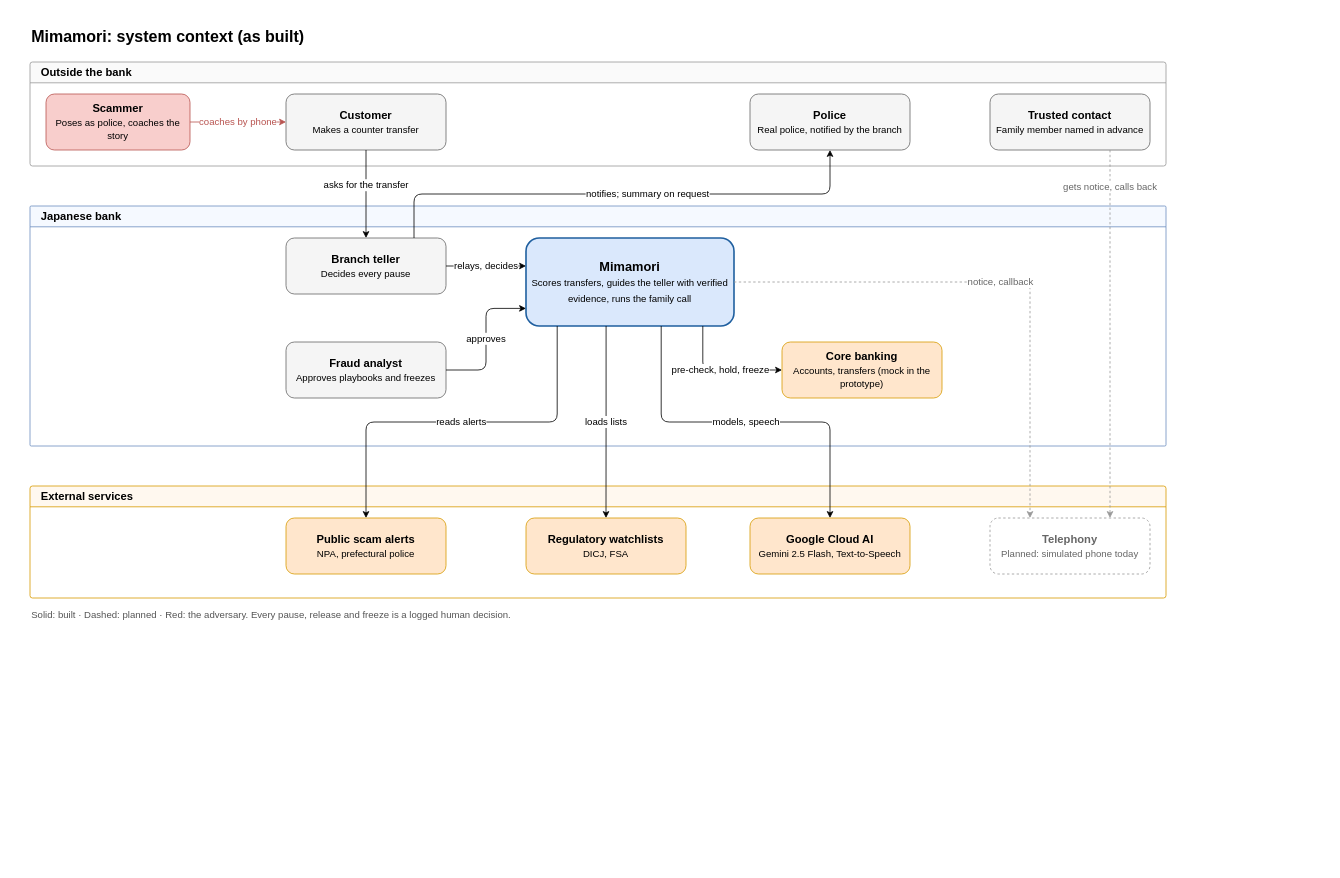
tanmaydarmorha/mimamori keeps this draw.io diagram as docs/architecture/diagrams/src/c4-context.drawio. Above is the earlier version. Source tidied: cells renumbered, new cells numbered last; positions are measured from the earlier drawing's top-left corner, leaving out a move shared by most shapes. Both pictures are drawn from the tidied source at 80%, with x=0, y=0 at pixel (30, 22).
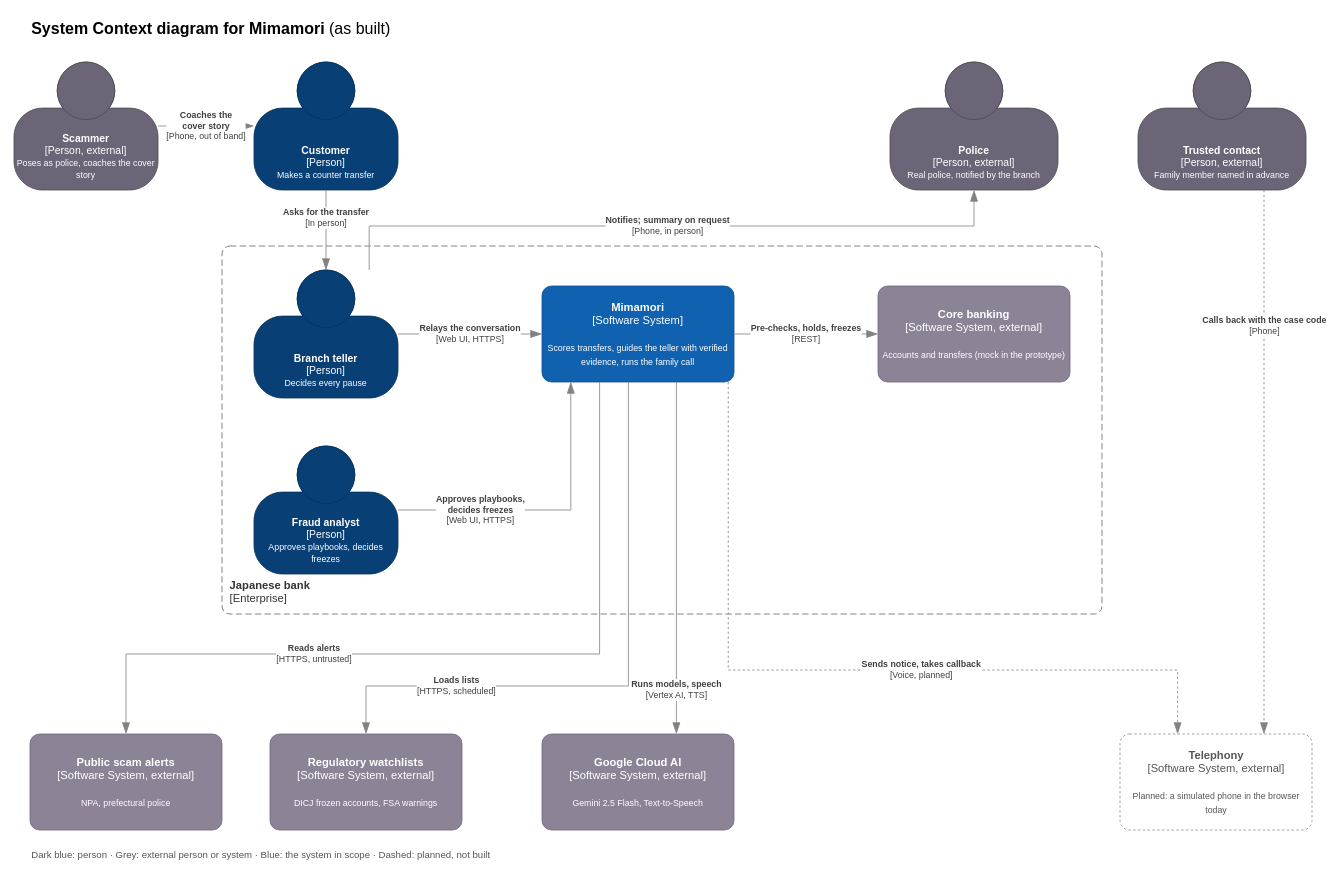
Above is the later version.

Commit message (it also covers changes not shown here):
docs(architecture): system context in C4 notation

People (customer, teller, analyst) and external people (scammer, police,
trusted contact) are C4 Person shapes; Mimamori is the Software System in
scope and the rest are external Software Systems, each with its type tag.
The bank is an Enterprise boundary, and every relationship has a verb and
its technology.

What changed in the source:
```diff
@@
-    <mxCell id="2" value="Mimamori: system context (as built)" style="text;html=1;fontSize=20;fontStyle=1;align=left;verticalAlign=middle;" parent="1" vertex="1">
-      <mxGeometry width="700" height="36" as="geometry" />
+    <mxCell id="2" value="&lt;b&gt;System Context diagram for Mimamori&lt;/b&gt; (as built)" style="text;html=1;fontSize=20;align=left;verticalAlign=middle;" parent="1" vertex="1">
+      <mxGeometry y="-10" width="800" height="36" as="geometry" />
     </mxCell>
-    <mxCell id="3" value="Outside the bank" style="swimlane;startSize=26;html=1;align=left;spacingLeft=12;fillColor=#fafafa;strokeColor=#999999;fontSize=14;fontStyle=1;rounded=1;arcSize=4;" parent="1" vertex="1">
-      <mxGeometry y="50" width="1420" height="130" as="geometry" />
-    </mxCell>
-    <mxCell id="4" value="Japanese bank" style="swimlane;startSize=26;html=1;align=left;spacingLeft=12;fillColor=#f5f9ff;strokeColor=#6c8ebf;fontSize=14;fontStyle=1;rounded=1;arcSize=2;" parent="1" vertex="1">
-      <mxGeometry y="230" width="1420" height="300" as="geometry" />
-    </mxCell>
-    <mxCell id="5" value="External services" style="swimlane;startSize=26;html=1;align=left;spacingLeft=12;fillColor=#fff8ef;strokeColor=#d79b00;fontSize=14;fontStyle=1;rounded=1;arcSize=4;" parent="1" vertex="1">
-      <mxGeometry y="580" width="1420" height="140" as="geometry" />
-    </mxCell>
+    <mxCell id="30" value="&lt;b&gt;Japanese bank&lt;/b&gt;&lt;br&gt;[Enterprise]" style="rounded=1;fontSize=14;whiteSpace=wrap;html=1;dashed=1;arcSize=20;fillColor=none;strokeColor=#666666;fontColor=#333333;labelBackgroundColor=none;align=left;verticalAlign=bottom;spacing=10;dashPattern=8 4;absoluteArcSize=1;" parent="1" vertex="1">
+      <mxGeometry x="240" y="280" width="1100" height="460" as="geometry" />
+    </mxCell>
-    <mxCell id="6" value="&lt;b&gt;Scammer&lt;/b&gt;&lt;br&gt;&lt;font style=&quot;font-size:12px&quot;&gt;Poses as police, coaches the story&lt;/font&gt;" style="rounded=1;whiteSpace=wrap;html=1;fillColor=#f8cecc;strokeColor=#b85450;fontSize=14;" parent="1" vertex="1">
-      <mxGeometry x="20" y="90" width="180" height="70" as="geometry" />
+    <mxCell id="6" value="&lt;b&gt;Scammer&lt;/b&gt;&lt;br&gt;[Person, external]&lt;br&gt;&lt;font style=&quot;font-size:11px&quot;&gt;Poses as police, coaches the cover story&lt;/font&gt;" style="html=1;fontSize=13;dashed=0;whiteSpace=wrap;fillColor=#6C6477;strokeColor=#4D4D4D;fontColor=#ffffff;shape=mxgraph.c4.person2;align=center;verticalAlign=bottom;spacingBottom=8;" parent="1" vertex="1">
+      <mxGeometry x="-20" y="50" width="180" height="160" as="geometry" />
     </mxCell>
-    <mxCell id="7" value="&lt;b&gt;Customer&lt;/b&gt;&lt;br&gt;&lt;font style=&quot;font-size:12px&quot;&gt;Makes a counter transfer&lt;/font&gt;" style="rounded=1;whiteSpace=wrap;html=1;fillColor=#f5f5f5;strokeColor=#666666;fontSize=14;" parent="1" vertex="1">
-      <mxGeometry x="320" y="90" width="200" height="70" as="geometry" />
+    <mxCell id="7" value="&lt;b&gt;Customer&lt;/b&gt;&lt;br&gt;[Person]&lt;br&gt;&lt;font style=&quot;font-size:11px&quot;&gt;Makes a counter transfer&lt;/font&gt;" style="html=1;fontSize=13;dashed=0;whiteSpace=wrap;fillColor=#083F75;strokeColor=#06315C;fontColor=#ffffff;shape=mxgraph.c4.person2;align=center;verticalAlign=bottom;spacingBottom=8;" parent="1" vertex="1">
+      <mxGeometry x="280" y="50" width="180" height="160" as="geometry" />
     </mxCell>
-    <mxCell id="8" value="&lt;b&gt;Police&lt;/b&gt;&lt;br&gt;&lt;font style=&quot;font-size:12px&quot;&gt;Real police, notified by the branch&lt;/font&gt;" style="rounded=1;whiteSpace=wrap;html=1;fillColor=#f5f5f5;strokeColor=#666666;fontSize=14;" parent="1" vertex="1">
-      <mxGeometry x="900" y="90" width="200" height="70" as="geometry" />
+    <mxCell id="8" value="&lt;b&gt;Police&lt;/b&gt;&lt;br&gt;[Person, external]&lt;br&gt;&lt;font style=&quot;font-size:11px&quot;&gt;Real police, notified by the branch&lt;/font&gt;" style="html=1;fontSize=13;dashed=0;whiteSpace=wrap;fillColor=#6C6477;strokeColor=#4D4D4D;fontColor=#ffffff;shape=mxgraph.c4.person2;align=center;verticalAlign=bottom;spacingBottom=8;" parent="1" vertex="1">
+      <mxGeometry x="1075" y="50" width="210" height="160" as="geometry" />
     </mxCell>
-    <mxCell id="9" value="&lt;b&gt;Trusted contact&lt;/b&gt;&lt;br&gt;&lt;font style=&quot;font-size:12px&quot;&gt;Family member named in advance&lt;/font&gt;" style="rounded=1;whiteSpace=wrap;html=1;fillColor=#f5f5f5;strokeColor=#666666;fontSize=14;" parent="1" vertex="1">
-      <mxGeometry x="1200" y="90" width="200" height="70" as="geometry" />
+    <mxCell id="9" value="&lt;b&gt;Trusted contact&lt;/b&gt;&lt;br&gt;[Person, external]&lt;br&gt;&lt;font style=&quot;font-size:11px&quot;&gt;Family member named in advance&lt;/font&gt;" style="html=1;fontSize=13;dashed=0;whiteSpace=wrap;fillColor=#6C6477;strokeColor=#4D4D4D;fontColor=#ffffff;shape=mxgraph.c4.person2;align=center;verticalAlign=bottom;spacingBottom=8;" parent="1" vertex="1">
+      <mxGeometry x="1385" y="50" width="210" height="160" as="geometry" />
     </mxCell>
-    <mxCell id="10" value="&lt;b&gt;Branch teller&lt;/b&gt;&lt;br&gt;&lt;font style=&quot;font-size:12px&quot;&gt;Decides every pause&lt;/font&gt;" style="rounded=1;whiteSpace=wrap;html=1;fillColor=#f5f5f5;strokeColor=#666666;fontSize=14;" parent="1" vertex="1">
-      <mxGeometry x="320" y="270" width="200" height="70" as="geometry" />
+    <mxCell id="10" value="&lt;b&gt;Branch teller&lt;/b&gt;&lt;br&gt;[Person]&lt;br&gt;&lt;font style=&quot;font-size:11px&quot;&gt;Decides every pause&lt;/font&gt;" style="html=1;fontSize=13;dashed=0;whiteSpace=wrap;fillColor=#083F75;strokeColor=#06315C;fontColor=#ffffff;shape=mxgraph.c4.person2;align=center;verticalAlign=bottom;spacingBottom=8;" parent="1" vertex="1">
+      <mxGeometry x="280" y="310" width="180" height="160" as="geometry" />
     </mxCell>
-    <mxCell id="11" value="&lt;b&gt;Fraud analyst&lt;/b&gt;&lt;br&gt;&lt;font style=&quot;font-size:12px&quot;&gt;Approves playbooks and freezes&lt;/font&gt;" style="rounded=1;whiteSpace=wrap;html=1;fillColor=#f5f5f5;strokeColor=#666666;fontSize=14;" parent="1" vertex="1">
-      <mxGeometry x="320" y="400" width="200" height="70" as="geometry" />
+    <mxCell id="11" value="&lt;b&gt;Fraud analyst&lt;/b&gt;&lt;br&gt;[Person]&lt;br&gt;&lt;font style=&quot;font-size:11px&quot;&gt;Approves playbooks, decides freezes&lt;/font&gt;" style="html=1;fontSize=13;dashed=0;whiteSpace=wrap;fillColor=#083F75;strokeColor=#06315C;fontColor=#ffffff;shape=mxgraph.c4.person2;align=center;verticalAlign=bottom;spacingBottom=8;" parent="1" vertex="1">
+      <mxGeometry x="280" y="530" width="180" height="160" as="geometry" />
     </mxCell>
-    <mxCell id="12" value="&lt;b&gt;Mimamori&lt;/b&gt;&lt;br&gt;&lt;font style=&quot;font-size:12px&quot;&gt;Scores transfers, guides the teller with verified evidence, runs the family call&lt;/font&gt;" style="rounded=1;whiteSpace=wrap;html=1;fillColor=#dae8fc;strokeColor=#1f5f9f;strokeWidth=2;fontSize=16;" parent="1" vertex="1">
-      <mxGeometry x="620" y="270" width="260" height="110" as="geometry" />
+    <mxCell id="12" value="&lt;b&gt;Mimamori&lt;/b&gt;&lt;br&gt;[Software System]&lt;br&gt;&lt;br&gt;&lt;font style=&quot;font-size:11px&quot;&gt;Scores transfers, guides the teller with verified evidence, runs the family call&lt;/font&gt;" style="rounded=1;whiteSpace=wrap;html=1;fontSize=14;fillColor=#1061B0;strokeColor=#0D5091;fontColor=#ffffff;arcSize=10;" parent="1" vertex="1">
+      <mxGeometry x="640" y="330" width="240" height="120" as="geometry" />
     </mxCell>
-    <mxCell id="13" value="&lt;b&gt;Core banking&lt;/b&gt;&lt;br&gt;&lt;font style=&quot;font-size:12px&quot;&gt;Accounts, transfers (mock in the prototype)&lt;/font&gt;" style="rounded=1;whiteSpace=wrap;html=1;fillColor=#ffe6cc;strokeColor=#d79b00;fontSize=14;" parent="1" vertex="1">
-      <mxGeometry x="940" y="400" width="200" height="70" as="geometry" />
+    <mxCell id="13" value="&lt;b&gt;Core banking&lt;/b&gt;&lt;br&gt;[Software System, external]&lt;br&gt;&lt;br&gt;&lt;font style=&quot;font-size:11px&quot;&gt;Accounts and transfers (mock in the prototype)&lt;/font&gt;" style="rounded=1;whiteSpace=wrap;html=1;fontSize=14;fillColor=#8C8496;strokeColor=#736782;fontColor=#ffffff;arcSize=10;" parent="1" vertex="1">
+      <mxGeometry x="1060" y="330" width="240" height="120" as="geometry" />
     </mxCell>
-    <mxCell id="14" value="&lt;b&gt;Public scam alerts&lt;/b&gt;&lt;br&gt;&lt;font style=&quot;font-size:12px&quot;&gt;NPA, prefectural police&lt;/font&gt;" style="rounded=1;whiteSpace=wrap;html=1;fillColor=#ffe6cc;strokeColor=#d79b00;fontSize=14;" parent="1" vertex="1">
-      <mxGeometry x="320" y="620" width="200" height="70" as="geometry" />
+    <mxCell id="14" value="&lt;b&gt;Public scam alerts&lt;/b&gt;&lt;br&gt;[Software System, external]&lt;br&gt;&lt;br&gt;&lt;font style=&quot;font-size:11px&quot;&gt;NPA, prefectural police&lt;/font&gt;" style="rounded=1;whiteSpace=wrap;html=1;fontSize=14;fillColor=#8C8496;strokeColor=#736782;fontColor=#ffffff;arcSize=10;" parent="1" vertex="1">
+      <mxGeometry y="890" width="240" height="120" as="geometry" />
     </mxCell>
-    <mxCell id="15" value="&lt;b&gt;Regulatory watchlists&lt;/b&gt;&lt;br&gt;&lt;font style=&quot;font-size:12px&quot;&gt;DICJ, FSA&lt;/font&gt;" style="rounded=1;whiteSpace=wrap;html=1;fillColor=#ffe6cc;strokeColor=#d79b00;fontSize=14;" parent="1" vertex="1">
-      <mxGeometry x="620" y="620" width="200" height="70" as="geometry" />
+    <mxCell id="15" value="&lt;b&gt;Regulatory watchlists&lt;/b&gt;&lt;br&gt;[Software System, external]&lt;br&gt;&lt;br&gt;&lt;font style=&quot;font-size:11px&quot;&gt;DICJ frozen accounts, FSA warnings&lt;/font&gt;" style="rounded=1;whiteSpace=wrap;html=1;fontSize=14;fillColor=#8C8496;strokeColor=#736782;fontColor=#ffffff;arcSize=10;" parent="1" vertex="1">
+      <mxGeometry x="300" y="890" width="240" height="120" as="geometry" />
     </mxCell>
-    <mxCell id="16" value="&lt;b&gt;Google Cloud AI&lt;/b&gt;&lt;br&gt;&lt;font style=&quot;font-size:12px&quot;&gt;Gemini 2.5 Flash, Text-to-Speech&lt;/font&gt;" style="rounded=1;whiteSpace=wrap;html=1;fillColor=#ffe6cc;strokeColor=#d79b00;fontSize=14;" parent="1" vertex="1">
-      <mxGeometry x="900" y="620" width="200" height="70" as="geometry" />
+    <mxCell id="16" value="&lt;b&gt;Google Cloud AI&lt;/b&gt;&lt;br&gt;[Software System, external]&lt;br&gt;&lt;br&gt;&lt;font style=&quot;font-size:11px&quot;&gt;Gemini 2.5 Flash, Text-to-Speech&lt;/font&gt;" style="rounded=1;whiteSpace=wrap;html=1;fontSize=14;fillColor=#8C8496;strokeColor=#736782;fontColor=#ffffff;arcSize=10;" parent="1" vertex="1">
+      <mxGeometry x="640" y="890" width="240" height="120" as="geometry" />
     </mxCell>
-    <mxCell id="17" value="&lt;b&gt;Telephony&lt;/b&gt;&lt;br&gt;&lt;font style=&quot;font-size:12px&quot;&gt;Planned: simulated phone today&lt;/font&gt;" style="rounded=1;whiteSpace=wrap;html=1;dashed=1;fillColor=#ffffff;strokeColor=#999999;fontColor=#666666;fontSize=14;" parent="1" vertex="1">
-      <mxGeometry x="1200" y="620" width="200" height="70" as="geometry" />
+    <mxCell id="17" value="&lt;b&gt;Telephony&lt;/b&gt;&lt;br&gt;[Software System, external]&lt;br&gt;&lt;br&gt;&lt;font style=&quot;font-size:11px&quot;&gt;Planned: a simulated phone in the browser today&lt;/font&gt;" style="rounded=1;whiteSpace=wrap;html=1;fontSize=14;dashed=1;fillColor=#ffffff;strokeColor=#8C8496;fontColor=#555555;arcSize=10;" parent="1" vertex="1">
+      <mxGeometry x="1362.5" y="890" width="240" height="120" as="geometry" />
     </mxCell>
-    <mxCell id="18" value="Solid: built · Dashed: planned · Red: the adversary. Every pause, release and freeze is a logged human decision." style="text;html=1;fontSize=12;align=left;verticalAlign=middle;fontColor=#555555;" parent="1" vertex="1">
-      <mxGeometry y="730" width="1100" height="24" as="geometry" />
+    <mxCell id="18" value="Dark blue: person · Grey: external person or system · Blue: the system in scope · Dashed: planned, not built" style="text;html=1;fontSize=12;align=left;verticalAlign=middle;fontColor=#555555;" parent="1" vertex="1">
+      <mxGeometry y="1030" width="1000" height="24" as="geometry" />
     </mxCell>
-    <mxCell id="19" value="coaches by phone" style="edgeStyle=orthogonalEdgeStyle;rounded=1;html=1;fontSize=12;strokeColor=#b85450;fontColor=#b85450;" parent="1" edge="1" source="6" target="7">
+    <mxCell id="19" value="&lt;b&gt;Coaches the&lt;br&gt;cover story&lt;/b&gt;&lt;br&gt;[Phone, out of band]" style="html=1;fontSize=11;fontColor=#404040;endArrow=blockThin;endFill=1;endSize=12;strokeColor=#828282;edgeStyle=orthogonalEdgeStyle;rounded=0;labelBackgroundColor=#ffffff;" parent="1" edge="1" source="6" target="7">
       <mxGeometry relative="1" as="geometry" />
     </mxCell>
-    <mxCell id="20" value="asks for the transfer" style="edgeStyle=orthogonalEdgeStyle;rounded=1;html=1;fontSize=12;" parent="1" edge="1" source="7" target="10">
-      <mxGeometry x="-0.2" relative="1" as="geometry" />
+    <mxCell id="20" value="&lt;b&gt;Asks for the transfer&lt;/b&gt;&lt;br&gt;[In person]" style="html=1;fontSize=11;fontColor=#404040;endArrow=blockThin;endFill=1;endSize=12;strokeColor=#828282;edgeStyle=orthogonalEdgeStyle;rounded=0;labelBackgroundColor=#ffffff;" parent="1" edge="1" source="7" target="10">
+      <mxGeometry x="-0.3" relative="1" as="geometry" />
     </mxCell>
-    <mxCell id="21" value="relays, decides" style="edgeStyle=orthogonalEdgeStyle;rounded=1;html=1;fontSize=12;exitX=1;exitY=0.5;exitDx=0;exitDy=0;entryX=0;entryY=0.318;entryDx=0;entryDy=0;" parent="1" edge="1" source="10" target="12">
+    <mxCell id="21" value="&lt;b&gt;Relays the conversation&lt;/b&gt;&lt;br&gt;[Web UI, HTTPS]" style="html=1;fontSize=11;fontColor=#404040;endArrow=blockThin;endFill=1;endSize=12;strokeColor=#828282;edgeStyle=orthogonalEdgeStyle;rounded=0;labelBackgroundColor=#ffffff;exitX=1;exitY=0.5;exitDx=0;exitDy=0;entryX=0;entryY=0.5;entryDx=0;entryDy=0;" parent="1" edge="1" source="10" target="12">
       <mxGeometry relative="1" as="geometry" />
     </mxCell>
-    <mxCell id="22" value="approves" style="edgeStyle=orthogonalEdgeStyle;rounded=1;html=1;fontSize=12;exitX=1;exitY=0.5;exitDx=0;exitDy=0;entryX=0;entryY=0.8;entryDx=0;entryDy=0;" parent="1" edge="1" source="11" target="12">
-      <mxGeometry relative="1" as="geometry" />
+    <mxCell id="22" value="&lt;b&gt;Approves playbooks,&lt;br&gt;decides freezes&lt;/b&gt;&lt;br&gt;[Web UI, HTTPS]" style="html=1;fontSize=11;fontColor=#404040;endArrow=blockThin;endFill=1;endSize=12;strokeColor=#828282;edgeStyle=orthogonalEdgeStyle;rounded=0;labelBackgroundColor=#ffffff;exitX=1;exitY=0.5;exitDx=0;exitDy=0;entryX=0.15;entryY=1;entryDx=0;entryDy=0;" parent="1" edge="1" source="11" target="12">
+      <mxGeometry x="-0.45" relative="1" as="geometry">
+        <Array as="points">
+          <mxPoint x="676" y="610" />
+        </Array>
+      </mxGeometry>
     </mxCell>
-    <mxCell id="23" value="notifies; summary on request" style="edgeStyle=orthogonalEdgeStyle;rounded=1;html=1;fontSize=12;exitX=0.8;exitY=0;exitDx=0;exitDy=0;entryX=0.5;entryY=1;entryDx=0;entryDy=0;" parent="1" edge="1" source="10" target="8">
-      <mxGeometry x="0.1" relative="1" as="geometry" />
+    <mxCell id="23" value="&lt;b&gt;Notifies; summary on request&lt;/b&gt;&lt;br&gt;[Phone, in person]" style="html=1;fontSize=11;fontColor=#404040;endArrow=blockThin;endFill=1;endSize=12;strokeColor=#828282;edgeStyle=orthogonalEdgeStyle;rounded=0;labelBackgroundColor=#ffffff;exitX=0.8;exitY=0;exitDx=0;exitDy=0;entryX=0.5;entryY=1;entryDx=0;entryDy=0;" parent="1" edge="1" source="10" target="8">
+      <mxGeometry relative="1" as="geometry">
+        <Array as="points">
+          <mxPoint x="424" y="255" />
+          <mxPoint x="1180" y="255" />
+        </Array>
+      </mxGeometry>
     </mxCell>
-    <mxCell id="24" value="pre-check, hold, freeze" style="edgeStyle=orthogonalEdgeStyle;rounded=1;html=1;fontSize=12;exitX=0.85;exitY=1;exitDx=0;exitDy=0;entryX=0;entryY=0.5;entryDx=0;entryDy=0;" parent="1" edge="1" source="12" target="13">
+    <mxCell id="24" value="&lt;b&gt;Pre-checks, holds, freezes&lt;/b&gt;&lt;br&gt;[REST]" style="html=1;fontSize=11;fontColor=#404040;endArrow=blockThin;endFill=1;endSize=12;strokeColor=#828282;edgeStyle=orthogonalEdgeStyle;rounded=0;labelBackgroundColor=#ffffff;exitX=1;exitY=0.5;exitDx=0;exitDy=0;entryX=0;entryY=0.5;entryDx=0;entryDy=0;" parent="1" edge="1" source="12" target="13">
       <mxGeometry relative="1" as="geometry" />
     </mxCell>
-    <mxCell id="25" value="reads alerts" style="edgeStyle=orthogonalEdgeStyle;rounded=1;html=1;fontSize=12;exitX=0.15;exitY=1;exitDx=0;exitDy=0;entryX=0.5;entryY=0;entryDx=0;entryDy=0;" parent="1" edge="1" source="12" target="14">
-      <mxGeometry relative="1" as="geometry" />
+    <mxCell id="25" value="&lt;b&gt;Reads alerts&lt;/b&gt;&lt;br&gt;[HTTPS, untrusted]" style="html=1;fontSize=11;fontColor=#404040;endArrow=blockThin;endFill=1;endSize=12;strokeColor=#828282;edgeStyle=orthogonalEdgeStyle;rounded=0;labelBackgroundColor=#ffffff;exitX=0.3;exitY=1;exitDx=0;exitDy=0;entryX=0.5;entryY=0;entryDx=0;entryDy=0;" parent="1" edge="1" source="12" target="14">
+      <mxGeometry x="0.35" relative="1" as="geometry">
+        <Array as="points">
+          <mxPoint x="712" y="790" />
+          <mxPoint x="120" y="790" />
+        </Array>
+      </mxGeometry>
     </mxCell>
-    <mxCell id="26" value="loads lists" style="edgeStyle=orthogonalEdgeStyle;rounded=1;html=1;fontSize=12;exitX=0.385;exitY=1;exitDx=0;exitDy=0;entryX=0.5;entryY=0;entryDx=0;entryDy=0;" parent="1" edge="1" source="12" target="15">
-      <mxGeometry relative="1" as="geometry" />
+    <mxCell id="26" value="&lt;b&gt;Loads lists&lt;/b&gt;&lt;br&gt;[HTTPS, scheduled]" style="html=1;fontSize=11;fontColor=#404040;endArrow=blockThin;endFill=1;endSize=12;strokeColor=#828282;edgeStyle=orthogonalEdgeStyle;rounded=0;labelBackgroundColor=#ffffff;exitX=0.45;exitY=1;exitDx=0;exitDy=0;entryX=0.5;entryY=0;entryDx=0;entryDy=0;" parent="1" edge="1" source="12" target="15">
+      <mxGeometry x="0.55" relative="1" as="geometry">
+        <Array as="points">
+          <mxPoint x="748" y="830" />
+          <mxPoint x="420" y="830" />
+        </Array>
+      </mxGeometry>
     </mxCell>
-    <mxCell id="27" value="models, speech" style="edgeStyle=orthogonalEdgeStyle;rounded=1;html=1;fontSize=12;exitX=0.65;exitY=1;exitDx=0;exitDy=0;entryX=0.5;entryY=0;entryDx=0;entryDy=0;" parent="1" edge="1" source="12" target="16">
-      <mxGeometry relative="1" as="geometry" />
+    <mxCell id="27" value="&lt;b&gt;Runs models, speech&lt;/b&gt;&lt;br&gt;[Vertex AI, TTS]" style="html=1;fontSize=11;fontColor=#404040;endArrow=blockThin;endFill=1;endSize=12;strokeColor=#828282;edgeStyle=orthogonalEdgeStyle;rounded=0;labelBackgroundColor=#ffffff;exitX=0.7;exitY=1;exitDx=0;exitDy=0;entryX=0.7;entryY=0;entryDx=0;entryDy=0;" parent="1" edge="1" source="12" target="16">
+      <mxGeometry x="0.75" relative="1" as="geometry" />
     </mxCell>
-    <mxCell id="28" value="notice, callback" style="edgeStyle=orthogonalEdgeStyle;rounded=1;html=1;fontSize=12;dashed=1;strokeColor=#999999;fontColor=#666666;exitX=1;exitY=0.5;exitDx=0;exitDy=0;entryX=0.25;entryY=0;entryDx=0;entryDy=0;" parent="1" edge="1" source="12" target="17">
-      <mxGeometry relative="1" as="geometry" />
+    <mxCell id="28" value="&lt;b&gt;Sends notice, takes callback&lt;/b&gt;&lt;br&gt;[Voice, planned]" style="html=1;fontSize=11;fontColor=#404040;endArrow=blockThin;endFill=1;endSize=12;strokeColor=#828282;dashed=1;edgeStyle=orthogonalEdgeStyle;rounded=0;labelBackgroundColor=#ffffff;exitX=0.97;exitY=1;exitDx=0;exitDy=0;entryX=0.3;entryY=0;entryDx=0;entryDy=0;" parent="1" edge="1" source="12" target="17">
+      <mxGeometry x="0.2" relative="1" as="geometry">
+        <Array as="points">
+          <mxPoint x="873" y="810" />
+          <mxPoint x="1434.5" y="810" />
+        </Array>
+      </mxGeometry>
     </mxCell>
-    <mxCell id="29" value="gets notice, calls back" style="edgeStyle=orthogonalEdgeStyle;rounded=1;html=1;fontSize=12;dashed=1;strokeColor=#999999;fontColor=#666666;exitX=0.75;exitY=1;exitDx=0;exitDy=0;entryX=0.75;entryY=0;entryDx=0;entryDy=0;" parent="1" edge="1" source="9" target="17">
-      <mxGeometry x="-0.8" relative="1" as="geometry" />
+    <mxCell id="29" value="&lt;b&gt;Calls back with the case code&lt;/b&gt;&lt;br&gt;[Phone]" style="html=1;fontSize=11;fontColor=#404040;endArrow=blockThin;endFill=1;endSize=12;strokeColor=#828282;dashed=1;edgeStyle=orthogonalEdgeStyle;rounded=0;labelBackgroundColor=#ffffff;exitX=0.75;exitY=1;exitDx=0;exitDy=0;entryX=0.75;entryY=0;entryDx=0;entryDy=0;" parent="1" edge="1" source="9" target="17">
+      <mxGeometry x="-0.5" relative="1" as="geometry" />
     </mxCell>
```
